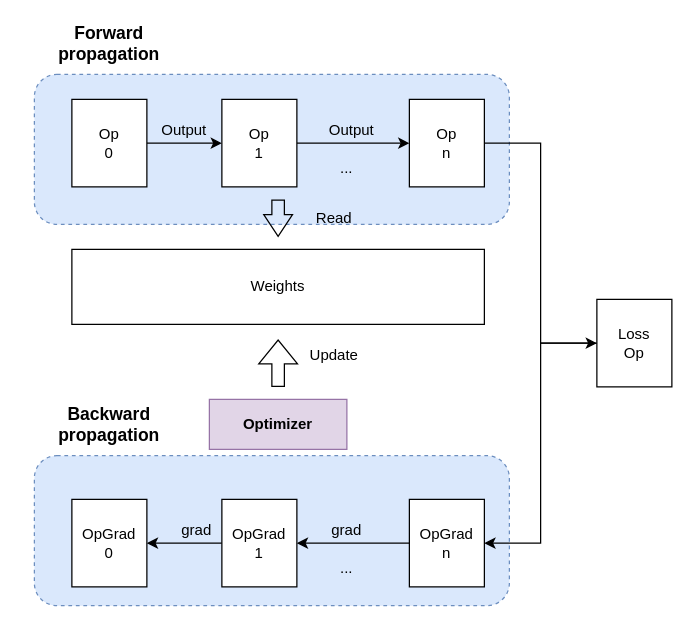
Before: CE.drawio in Superjomn/_tmp_images, a draw.io diagram. Source tidied: cells renumbered, new cells numbered last; positions are measured from the earlier drawing's top-left corner, leaving out a move shared by most shapes. Both pictures are drawn from the tidied source at 125%, with x=0, y=0 at pixel (21, 24).
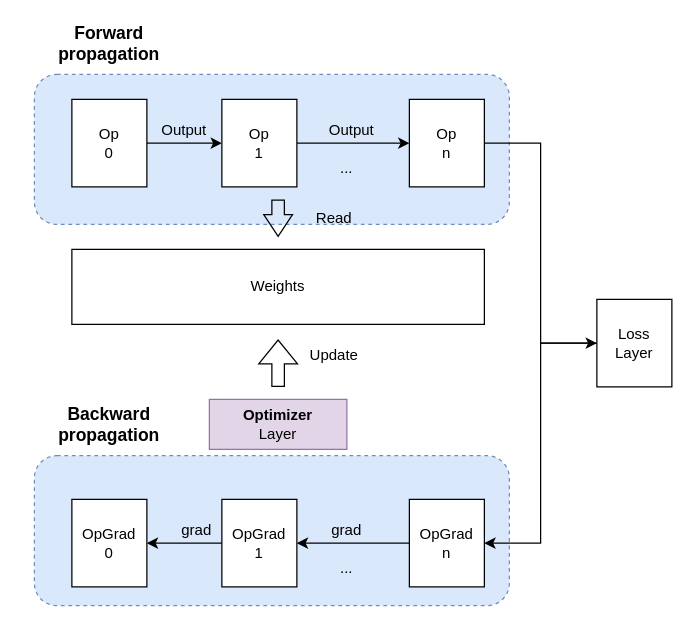
Above is the later version.

What changed in the source:
```diff
@@
-    <mxCell id="18" value="Loss&lt;br&gt;Op" style="rounded=0;whiteSpace=wrap;html=1;" parent="1" vertex="1">
+    <mxCell id="18" value="Loss&lt;br&gt;Layer" style="rounded=0;whiteSpace=wrap;html=1;" parent="1" vertex="1">
       <mxGeometry x="460" y="220" width="60" height="70" as="geometry" />
     </mxCell>
@@
-    <mxCell id="22" value="&lt;b&gt;Optimizer&lt;/b&gt;" style="rounded=0;whiteSpace=wrap;html=1;fillColor=#e1d5e7;strokeColor=#9673a6;" parent="1" vertex="1">
+    <mxCell id="22" value="&lt;b&gt;Optimizer&lt;/b&gt;&lt;br&gt;Layer" style="rounded=0;whiteSpace=wrap;html=1;fillColor=#e1d5e7;strokeColor=#9673a6;" parent="1" vertex="1">
       <mxGeometry x="150" y="300" width="110" height="40" as="geometry" />
     </mxCell>
```
